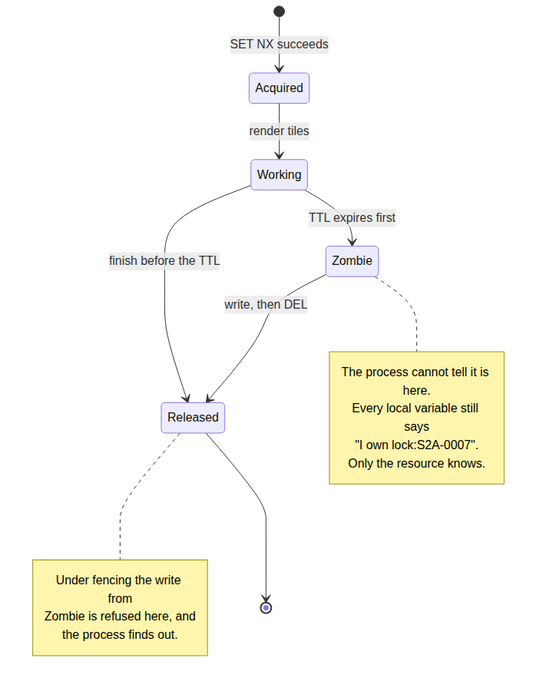
The Mermaid diagram markdown/system-design-interview/assets/003/03-belief.png in haraGADygyl/medium-python-articles, before a commit. Its source is kept beside it as markdown/system-design-interview/assets/003/03-belief.mmd.
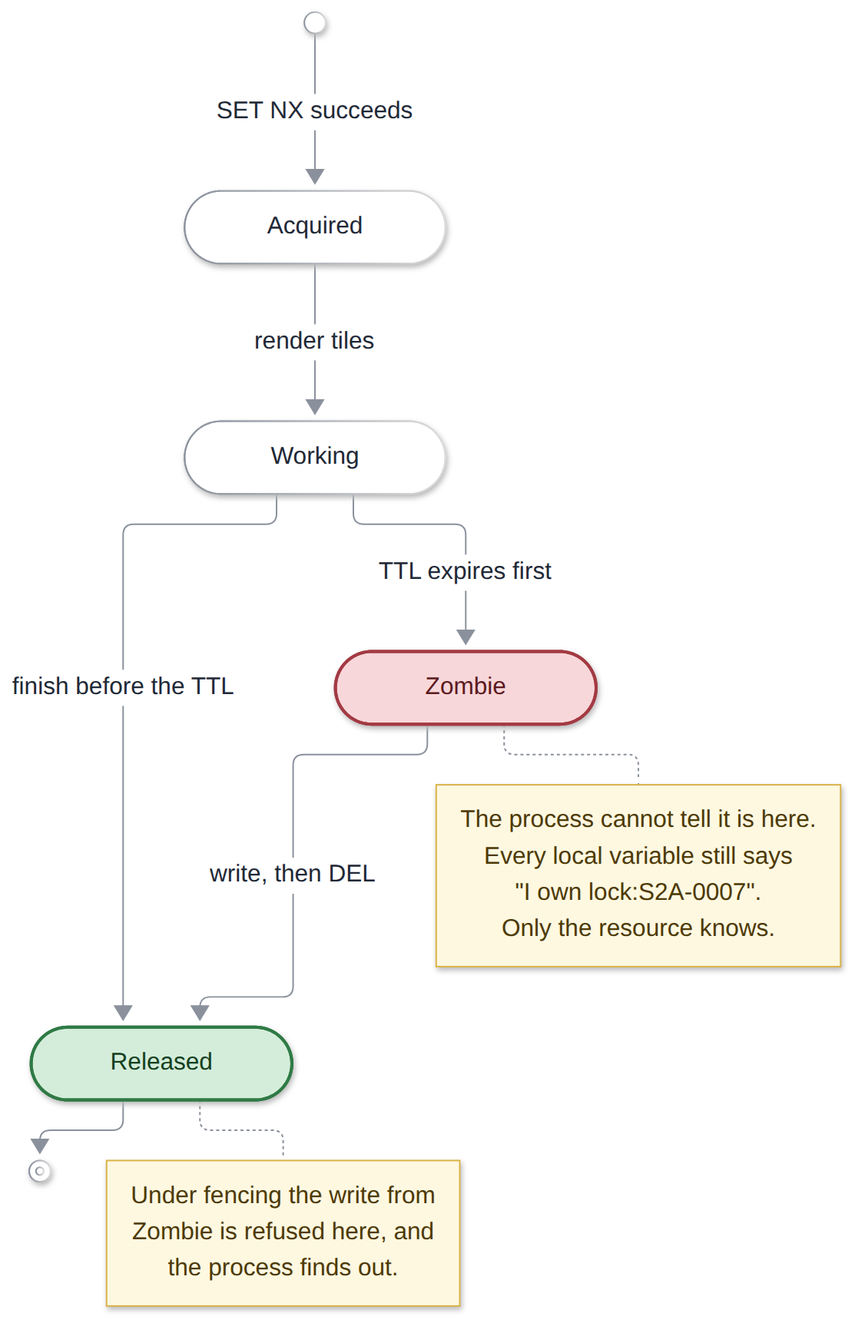
Above is the later version.

Change to the diagram source:
```diff
@@ -1,18 +1,17 @@
-stateDiagram-v2
-    [*] --> Acquired: SET NX succeeds
-    Acquired --> Working: render tiles
-    Working --> Released: finish before the TTL
-    Working --> Zombie: TTL expires first
-    Zombie --> Released: write, then DEL
-    note right of Zombie
-      The process cannot tell it is here.
-      Every local variable still says
-      "I own lock:S2A-0007".
-      Only the resource knows.
-    end note
-    note right of Released
-      Under fencing the write from
-      Zombie is refused here, and
-      the process finds out.
-    end note
-    Released --> [*]
+flowchart TB
+    start@{ shape: sm-circ }
+    stop@{ shape: fr-circ }
+    start -- "SET NX succeeds" --> acquired(["Acquired"])
+    acquired -- "render tiles" --> working(["Working"])
+    working -- "finish before the TTL" --> released(["Released"])
+    working -- "TTL expires first" --> zombie(["Zombie"])
+    zombie -- "write, then DEL" --> released
+    released --> stop
+    zombie -.- n1["The process cannot tell it is here.<br/>Every local variable still says<br/>&quot;I own lock:S2A-0007&quot;.<br/>Only the resource knows."]
+    released -.- n2["Under fencing the write from<br/>Zombie is refused here, and<br/>the process finds out."]
+    classDef ok fill:#d4edda,stroke:#2f7a45,stroke-width:2px,color:#14401f
+    classDef bad fill:#f8d7da,stroke:#a33a43,stroke-width:2px,color:#5c1a20
+    classDef note fill:#fff8e1,stroke:#d9b44a,color:#4d3a05
+    class released ok
+    class zombie bad
+    class n1,n2 note
```
